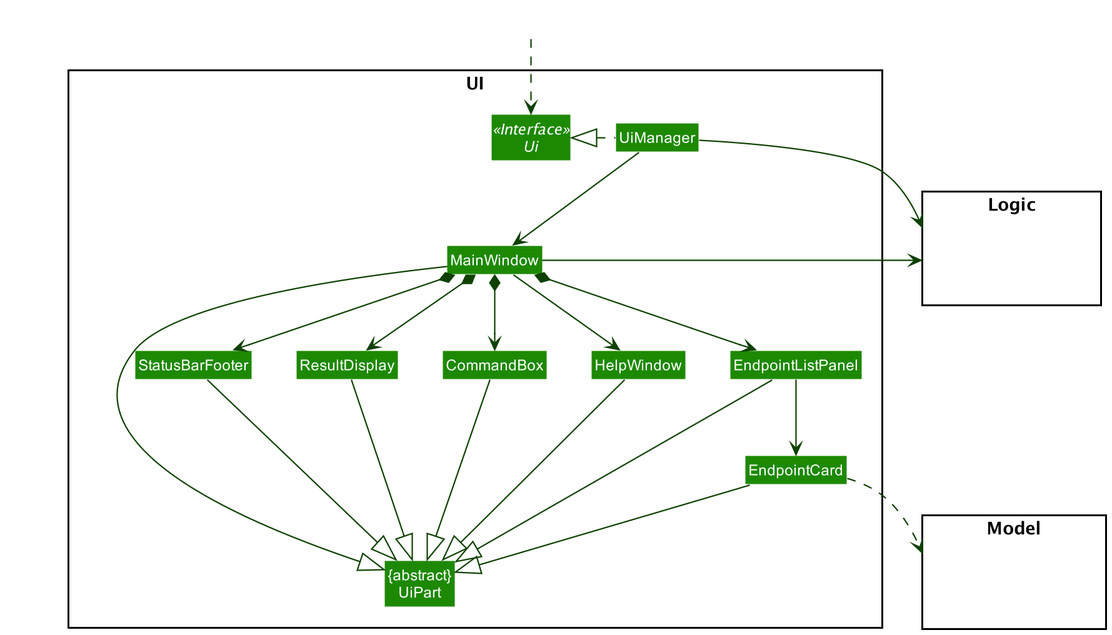
The PlantUML diagram docs/images/UiClassDiagram.png in nus-cs2103-AY2021S2/tp, before a commit.
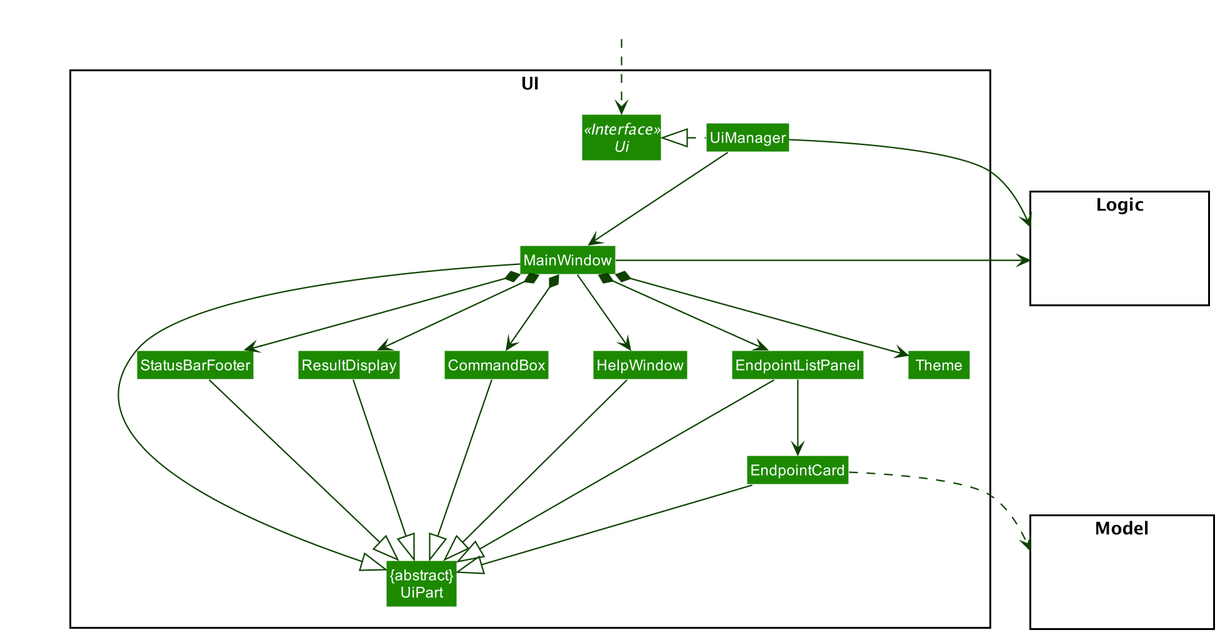
Above is the later version.

Commit message:
Docs: update UiClassDiagram in developer guide

The edit, as a diff of the source:
```diff
@@ -15,6 +15,7 @@
 Class EndpointCard
 Class StatusBarFooter
 Class CommandBox
+Class Theme
 }
 
 package Model <<Rectangle>> {
@@ -35,6 +36,7 @@
 MainWindow *-down-> ResultDisplay
 MainWindow *-down-> EndpointListPanel
 MainWindow *-down-> StatusBarFooter
+MainWindow *-down-> Theme
 
 EndpointListPanel -down-> EndpointCard
 
```
